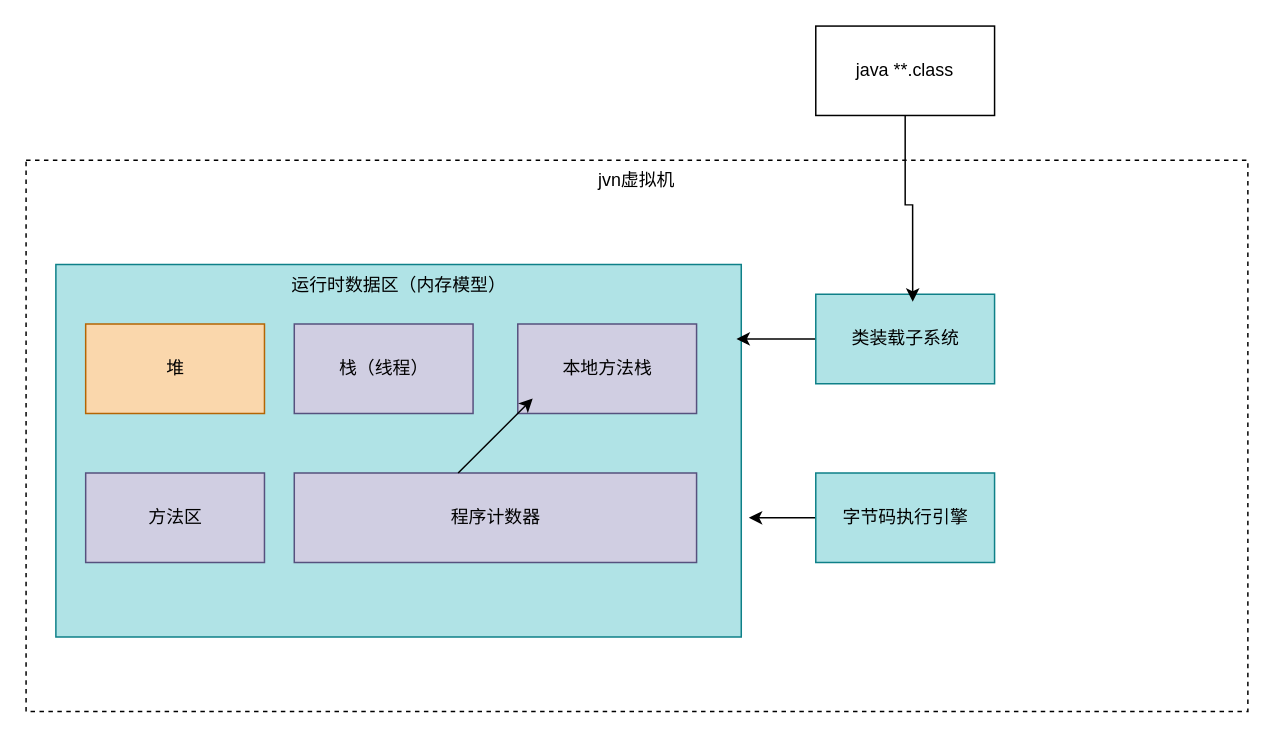
Earlier version of the draw.io diagram jvm结构1.drawio (qiuzhenjie/chart). Source tidied: cells renumbered, new cells numbered last; positions are measured from the earlier drawing's top-left corner, leaving out a move shared by most shapes. Both pictures are drawn from the tidied source at 149%, with x=0, y=0 at pixel (25, 25).
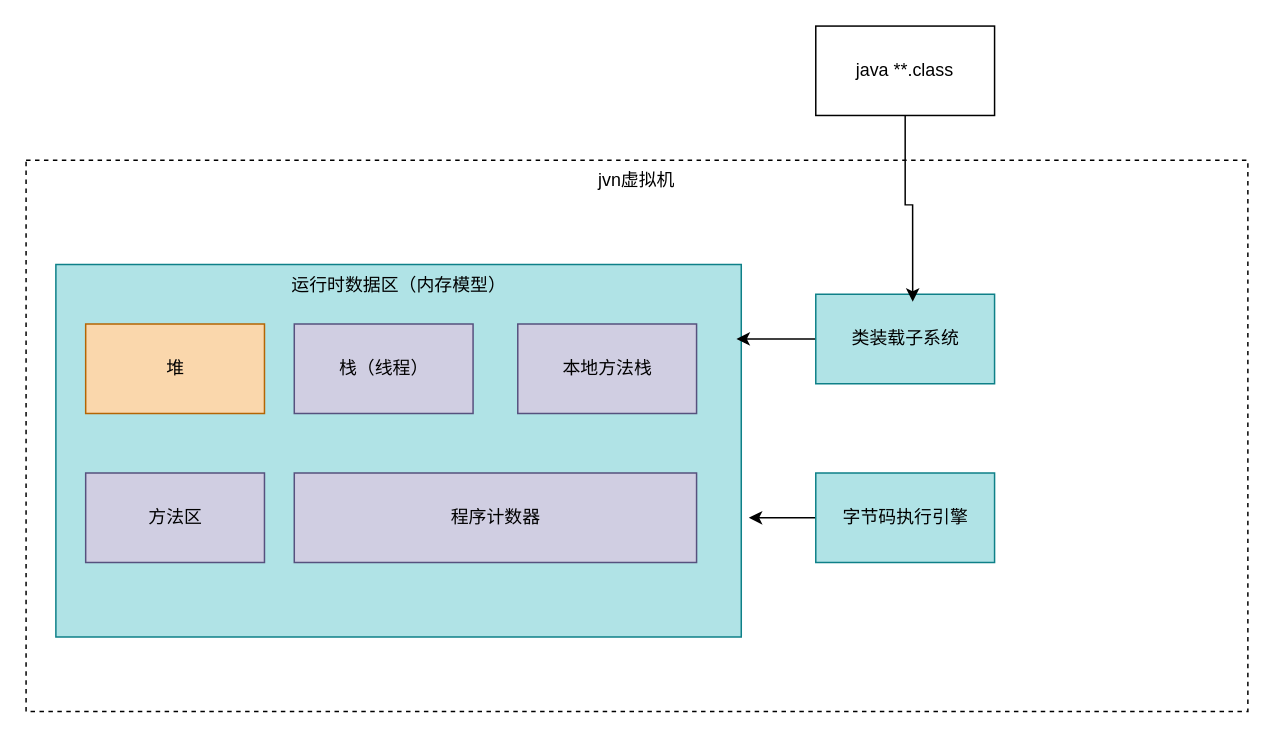
The same page after the edit.

What changed in the source:
```diff
@@
 <mxGraphModel>
   <root>
     <mxCell id="0" />
     <mxCell id="1" parent="0" />
     <mxCell id="2" value="jvn虚拟机" style="rounded=0;whiteSpace=wrap;html=1;dashed=1;align=center;verticalAlign=top;" parent="1" vertex="1">
       <mxGeometry y="90" width="820" height="370" as="geometry" />
     </mxCell>
     <mxCell id="3" value="&lt;div align=&quot;center&quot;&gt;运行时数据区（内存模型）&lt;br&gt;&lt;/div&gt;" style="verticalLabelPosition=middle;verticalAlign=top;html=1;shape=mxgraph.basic.rect;fillColor2=none;strokeWidth=1;size=20;indent=5;align=center;labelPosition=center;labelBackgroundColor=none;spacingTop=0;fillColor=#b0e3e6;strokeColor=#0e8088;" parent="1" vertex="1">
       <mxGeometry x="20" y="160" width="460" height="250" as="geometry" />
     </mxCell>
     <mxCell id="4" value="堆" style="verticalLabelPosition=middle;verticalAlign=middle;html=1;shape=mxgraph.basic.rect;fillColor2=none;strokeWidth=1;size=20;indent=5;align=center;labelPosition=center;horizontal=1;fillColor=#fad7ac;strokeColor=#b46504;" parent="1" vertex="1">
       <mxGeometry x="40" y="200" width="120" height="60" as="geometry" />
     </mxCell>
     <mxCell id="5" value="栈（线程）" style="verticalLabelPosition=middle;verticalAlign=middle;html=1;shape=mxgraph.basic.rect;fillColor2=none;strokeWidth=1;size=20;indent=5;align=center;labelPosition=center;fillColor=#d0cee2;strokeColor=#56517e;" parent="1" vertex="1">
       <mxGeometry x="180" y="200" width="120" height="60" as="geometry" />
     </mxCell>
     <mxCell id="6" value="本地方法栈" style="verticalLabelPosition=middle;verticalAlign=middle;html=1;shape=mxgraph.basic.rect;fillColor2=none;strokeWidth=1;size=20;indent=5;align=center;labelPosition=center;fillColor=#d0cee2;strokeColor=#56517e;" parent="1" vertex="1">
       <mxGeometry x="330" y="200" width="120" height="60" as="geometry" />
     </mxCell>
     <mxCell id="7" value="方法区" style="verticalLabelPosition=middle;verticalAlign=middle;html=1;shape=mxgraph.basic.rect;fillColor2=none;strokeWidth=1;size=20;indent=5;align=center;labelPosition=center;fillColor=#d0cee2;strokeColor=#56517e;" parent="1" vertex="1">
       <mxGeometry x="40" y="300" width="120" height="60" as="geometry" />
     </mxCell>
     <mxCell id="8" value="程序计数器" style="verticalLabelPosition=middle;verticalAlign=middle;html=1;shape=mxgraph.basic.rect;fillColor2=none;strokeWidth=1;size=20;indent=5;align=center;labelPosition=center;fillColor=#d0cee2;strokeColor=#56517e;" parent="1" vertex="1">
       <mxGeometry x="180" y="300" width="270" height="60" as="geometry" />
     </mxCell>
     <mxCell id="9" style="edgeStyle=orthogonalEdgeStyle;rounded=0;jettySize=auto;html=1;entryX=0.993;entryY=0.2;entryDx=0;entryDy=0;entryPerimeter=0;fontColor=#000000;" parent="1" edge="1" source="10" target="3">
       <mxGeometry relative="1" as="geometry" />
     </mxCell>
     <mxCell id="10" value="类装载子系统" style="verticalLabelPosition=middle;verticalAlign=middle;html=1;shape=mxgraph.basic.rect;fillColor2=none;strokeWidth=1;size=20;indent=5;labelBackgroundColor=none;align=center;labelPosition=center;fillColor=#b0e3e6;strokeColor=#0e8088;" parent="1" vertex="1">
       <mxGeometry x="530" y="180" width="120" height="60" as="geometry" />
     </mxCell>
     <mxCell id="11" style="edgeStyle=orthogonalEdgeStyle;rounded=0;jettySize=auto;html=1;entryX=1.011;entryY=0.68;entryDx=0;entryDy=0;entryPerimeter=0;fontColor=#000000;" parent="1" edge="1" source="12" target="3">
       <mxGeometry relative="1" as="geometry" />
     </mxCell>
     <mxCell id="12" value="字节码执行引擎" style="verticalLabelPosition=middle;verticalAlign=middle;html=1;shape=mxgraph.basic.rect;fillColor2=none;strokeWidth=1;size=20;indent=5;labelBackgroundColor=none;align=center;labelPosition=center;fillColor=#b0e3e6;strokeColor=#0e8088;" parent="1" vertex="1">
       <mxGeometry x="530" y="300" width="120" height="60" as="geometry" />
     </mxCell>
-    <mxCell id="13" style="endArrow=classic;html=1;fontColor=#000000;" parent="1" edge="1">
-      <mxGeometry relative="1" as="geometry">
-        <mxPoint x="290" y="300" as="sourcePoint" />
-        <mxPoint x="340" y="250" as="targetPoint" />
-      </mxGeometry>
-    </mxCell>
     <mxCell id="14" style="edgeStyle=orthogonalEdgeStyle;rounded=0;jettySize=auto;html=1;entryX=0.542;entryY=0.083;entryDx=0;entryDy=0;entryPerimeter=0;fontColor=#000000;" parent="1" edge="1" source="15" target="10">
       <mxGeometry relative="1" as="geometry" />
     </mxCell>
     <mxCell id="15" value="java **.class" style="rounded=0;whiteSpace=wrap;html=1;labelBackgroundColor=none;fontColor=#000000;align=center;" parent="1" vertex="1">
       <mxGeometry x="530" width="120" height="60" as="geometry" />
     </mxCell>
   </root>
 </mxGraphModel>
```
